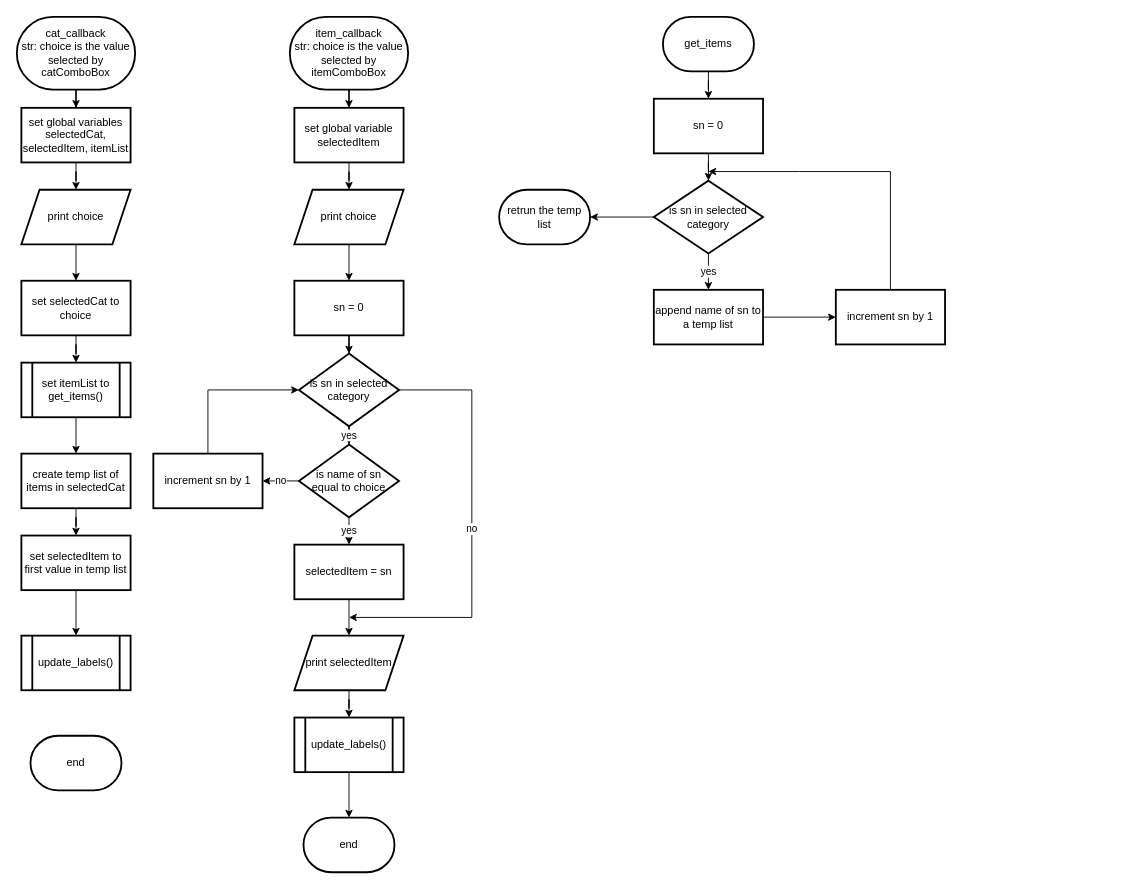
Above: cat-item-discount_callback-get_items.drawio in thisisnich/projectFlowCharts (draw.io), before the change. Source tidied: cells renumbered, new cells numbered last; positions are measured from the earlier drawing's top-left corner, leaving out a move shared by most shapes. Both pictures are drawn from the tidied source at 91%, with x=0, y=0 at pixel (16, 16).
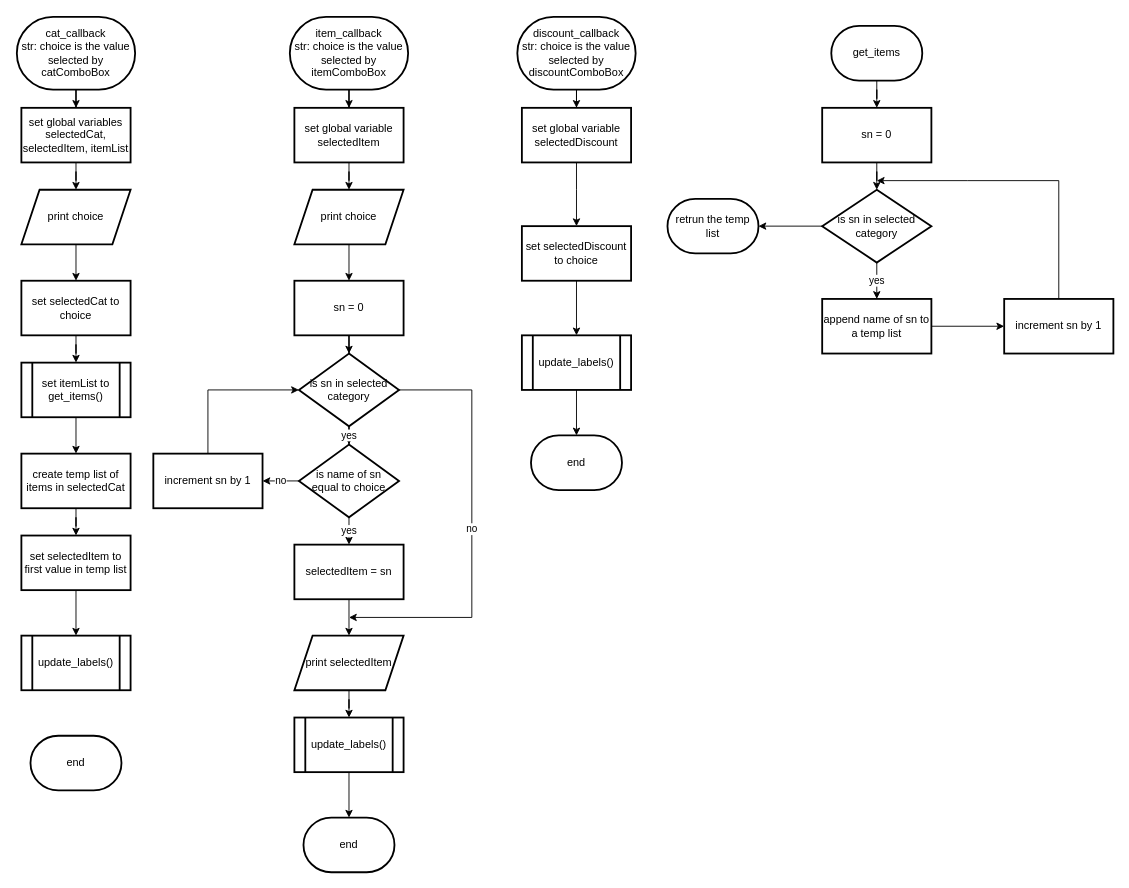
Above is the later version.

Diff of the diagram source:
```diff
@@
     <mxCell id="42" value="get_items" style="strokeWidth=2;html=1;shape=mxgraph.flowchart.terminator;whiteSpace=wrap;" parent="1" vertex="1">
-      <mxGeometry x="710" width="100" height="60" as="geometry" />
+      <mxGeometry x="895" y="10" width="100" height="60" as="geometry" />
     </mxCell>
@@
     <mxCell id="44" value="sn = 0" style="whiteSpace=wrap;html=1;strokeWidth=2;" parent="1" vertex="1">
-      <mxGeometry x="700" y="90" width="120" height="60" as="geometry" />
+      <mxGeometry x="885" y="100" width="120" height="60" as="geometry" />
     </mxCell>
@@
     <mxCell id="47" value="is sn in selected category" style="rhombus;whiteSpace=wrap;html=1;strokeWidth=2;" parent="1" vertex="1">
-      <mxGeometry x="700" y="180" width="120" height="80" as="geometry" />
+      <mxGeometry x="885" y="190" width="120" height="80" as="geometry" />
     </mxCell>
@@
     <mxCell id="49" value="append name of sn to a temp list" style="whiteSpace=wrap;html=1;strokeWidth=2;" parent="1" vertex="1">
-      <mxGeometry x="700" y="300" width="120" height="60" as="geometry" />
+      <mxGeometry x="885" y="310" width="120" height="60" as="geometry" />
     </mxCell>
     <mxCell id="50" style="edgeStyle=orthogonalEdgeStyle;rounded=0;jettySize=auto;html=1;" parent="1" edge="1" source="51">
       <mxGeometry relative="1" as="geometry">
-        <mxPoint x="760" y="170" as="targetPoint" />
+        <mxPoint x="945" y="180" as="targetPoint" />
         <Array as="points">
-          <mxPoint x="960" y="170" />
-          <mxPoint x="860" y="170" />
+          <mxPoint x="1145" y="180" />
+          <mxPoint x="1045" y="180" />
         </Array>
       </mxGeometry>
     </mxCell>
     <mxCell id="51" value="increment sn by 1" style="whiteSpace=wrap;html=1;strokeWidth=2;" parent="1" vertex="1">
-      <mxGeometry x="900" y="300" width="120" height="60" as="geometry" />
+      <mxGeometry x="1085" y="310" width="120" height="60" as="geometry" />
     </mxCell>
     <mxCell id="52" value="retrun the temp list" style="strokeWidth=2;html=1;shape=mxgraph.flowchart.terminator;whiteSpace=wrap;" parent="1" vertex="1">
-      <mxGeometry x="530" y="190" width="100" height="60" as="geometry" />
+      <mxGeometry x="715" y="200" width="100" height="60" as="geometry" />
     </mxCell>
+    <mxCell id="53" style="edgeStyle=orthogonalEdgeStyle;rounded=0;jettySize=auto;html=1;" parent="1" edge="1" source="54" target="57">
+      <mxGeometry relative="1" as="geometry" />
+    </mxCell>
+    <mxCell id="54" value="&lt;div&gt;discount_callback&lt;/div&gt;&lt;div&gt;str: choice is the value selected by discountComboBox&lt;br&gt;&lt;/div&gt;" style="strokeWidth=2;html=1;shape=mxgraph.flowchart.terminator;whiteSpace=wrap;" parent="1" vertex="1">
+      <mxGeometry x="550" width="130" height="80" as="geometry" />
+    </mxCell>
+    <mxCell id="55" value="end" style="strokeWidth=2;html=1;shape=mxgraph.flowchart.terminator;whiteSpace=wrap;" parent="1" vertex="1">
+      <mxGeometry x="565" y="460" width="100" height="60" as="geometry" />
+    </mxCell>
+    <mxCell id="56" style="edgeStyle=orthogonalEdgeStyle;rounded=0;jettySize=auto;html=1;entryX=0.5;entryY=0;entryDx=0;entryDy=0;" parent="1" edge="1" source="57" target="61">
+      <mxGeometry relative="1" as="geometry">
+        <Array as="points">
+          <mxPoint x="615" y="190" />
+          <mxPoint x="615" y="190" />
+        </Array>
+      </mxGeometry>
+    </mxCell>
+    <mxCell id="57" value="&lt;div&gt;set global variable selectedDiscount&lt;br&gt;&lt;/div&gt;" style="whiteSpace=wrap;html=1;strokeWidth=2;" parent="1" vertex="1">
+      <mxGeometry x="555" y="100" width="120" height="60" as="geometry" />
+    </mxCell>
+    <mxCell id="58" style="edgeStyle=orthogonalEdgeStyle;rounded=0;jettySize=auto;html=1;" parent="1" edge="1" source="59" target="55">
+      <mxGeometry relative="1" as="geometry" />
+    </mxCell>
+    <mxCell id="59" value="update_labels()" style="shape=process;whiteSpace=wrap;html=1;backgroundOutline=1;strokeWidth=2;" parent="1" vertex="1">
+      <mxGeometry x="555" y="350" width="120" height="60" as="geometry" />
+    </mxCell>
+    <mxCell id="60" style="edgeStyle=orthogonalEdgeStyle;rounded=0;jettySize=auto;html=1;" parent="1" edge="1" source="61" target="59">
+      <mxGeometry relative="1" as="geometry" />
+    </mxCell>
+    <mxCell id="61" value="set selectedDiscount to choice" style="whiteSpace=wrap;html=1;strokeWidth=2;" parent="1" vertex="1">
+      <mxGeometry x="555" y="230" width="120" height="60" as="geometry" />
+    </mxCell>
```
